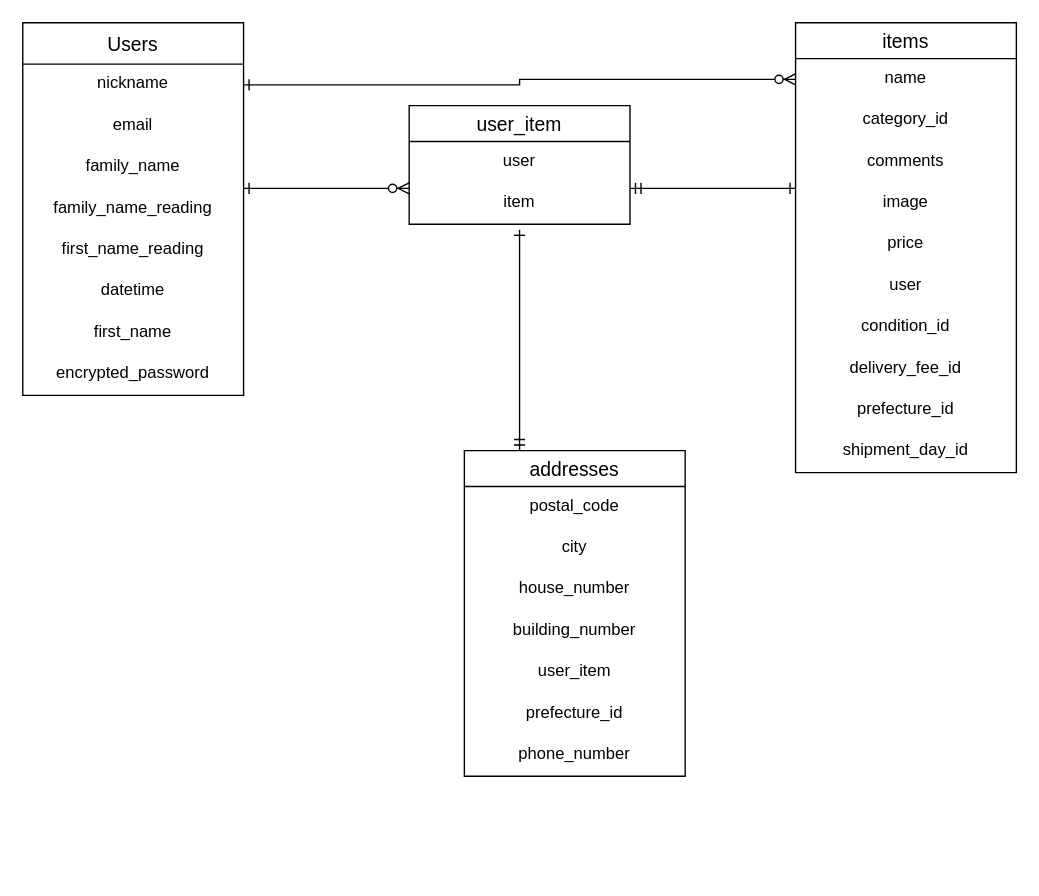
Earlier version of the draw.io diagram furima.dio (xxxkana/furima-36249). Source tidied: cells renumbered, new cells numbered last; positions are measured from the earlier drawing's top-left corner, leaving out a move shared by most shapes. Both pictures are drawn from the tidied source at 138%, with x=0, y=0 at pixel (22, 22).
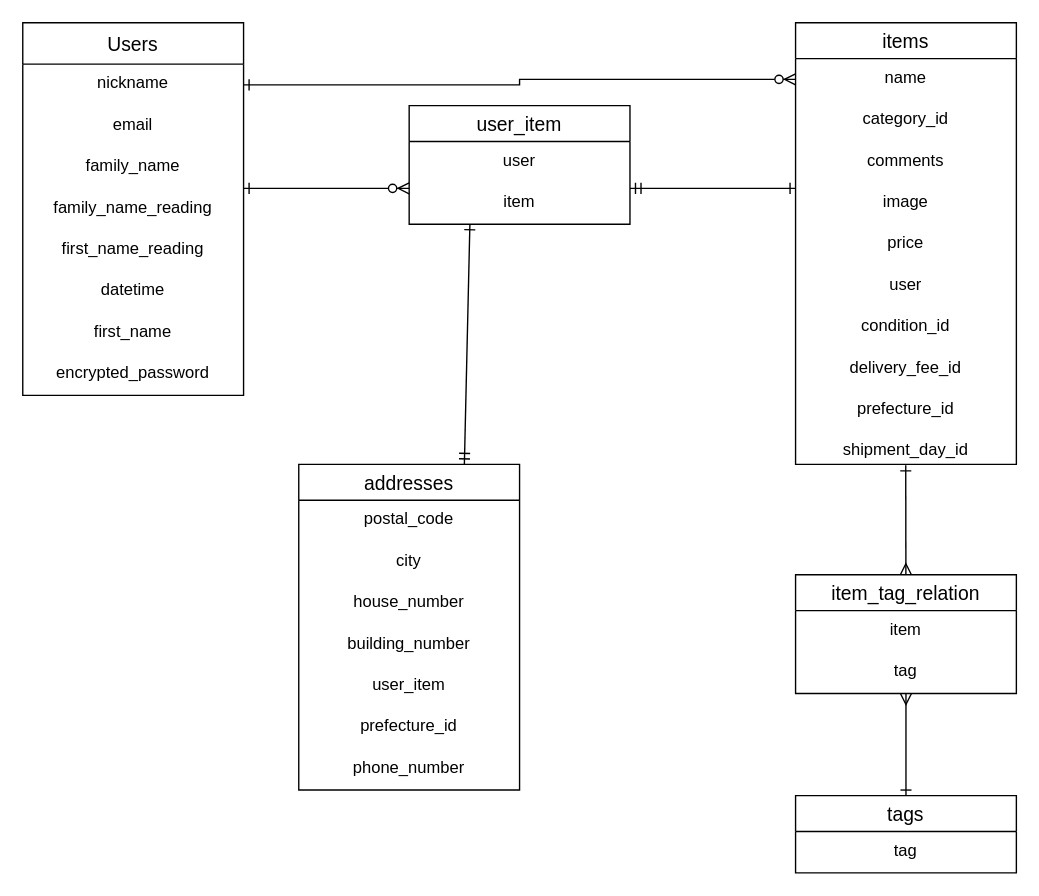
The same page after the edit.

Unchanged cells that the change refers to:
```xml
<mxCell id="32" value="item" style="text;strokeColor=none;fillColor=none;spacingLeft=4;spacingRight=4;overflow=hidden;points=[[0,0.5],[1,0.5]];portConstraint=eastwest;fontSize=12;align=center;" parent="30" vertex="1">
  <mxGeometry y="56" width="160" height="30" as="geometry" />
</mxCell>
```

Diff of the diagram source:
```diff
@@
     <mxCell id="11" value="items" style="swimlane;fontStyle=0;horizontal=1;startSize=26;align=center;fontSize=14;" parent="1" vertex="1">
-      <mxGeometry x="560" width="160" height="326" as="geometry" />
+      <mxGeometry x="560" width="160" height="320" as="geometry" />
     </mxCell>
@@
     <mxCell id="21" value="shipment_day_id" style="text;strokeColor=none;fillColor=none;spacingLeft=4;spacingRight=4;overflow=hidden;points=[[0,0.5],[1,0.5]];portConstraint=eastwest;fontSize=12;align=center;" parent="11" vertex="1">
-      <mxGeometry y="296" width="160" height="30" as="geometry" />
+      <mxGeometry y="296" width="160" height="24" as="geometry" />
     </mxCell>
     <mxCell id="22" value="addresses" style="swimlane;fontStyle=0;horizontal=1;startSize=26;align=center;fontSize=14;" parent="1" vertex="1">
-      <mxGeometry x="320" y="310" width="160" height="236" as="geometry" />
+      <mxGeometry x="200" y="320" width="160" height="236" as="geometry" />
     </mxCell>
@@
-    <mxCell id="36" style="endArrow=ERmandOne;html=1;rounded=0;align=center;entryX=0.25;entryY=0;entryDx=0;entryDy=0;startArrow=ERone;startFill=0;endFill=0;" parent="1" edge="1" target="22">
-      <mxGeometry relative="1" as="geometry">
-        <mxPoint x="360" y="150" as="sourcePoint" />
-      </mxGeometry>
+    <mxCell id="36" style="endArrow=ERmandOne;html=1;rounded=0;align=center;startArrow=ERone;startFill=0;endFill=0;exitX=0.275;exitY=1;exitDx=0;exitDy=0;exitPerimeter=0;entryX=0.75;entryY=0;entryDx=0;entryDy=0;" parent="1" edge="1" source="32" target="22">
+      <mxGeometry relative="1" as="geometry" />
     </mxCell>
+    <mxCell id="37" style="edgeStyle=none;rounded=0;jettySize=auto;html=1;entryX=0.499;entryY=1.03;entryDx=0;entryDy=0;entryPerimeter=0;startArrow=ERmany;startFill=0;endArrow=ERone;endFill=0;" parent="1" edge="1" source="38" target="21">
+      <mxGeometry relative="1" as="geometry" />
+    </mxCell>
+    <mxCell id="38" value="item_tag_relation" style="swimlane;fontStyle=0;horizontal=1;startSize=26;align=center;fontSize=14;" parent="1" vertex="1">
+      <mxGeometry x="560" y="400" width="160" height="86" as="geometry" />
+    </mxCell>
+    <mxCell id="39" value="item" style="text;strokeColor=none;fillColor=none;spacingLeft=4;spacingRight=4;overflow=hidden;fontSize=12;align=center;" parent="38" vertex="1">
+      <mxGeometry y="26" width="160" height="30" as="geometry" />
+    </mxCell>
+    <mxCell id="40" value="tag" style="text;strokeColor=none;fillColor=none;spacingLeft=4;spacingRight=4;overflow=hidden;points=[[0,0.5],[1,0.5]];portConstraint=eastwest;fontSize=12;align=center;" parent="38" vertex="1">
+      <mxGeometry y="56" width="160" height="30" as="geometry" />
+    </mxCell>
+    <mxCell id="41" style="edgeStyle=none;rounded=0;jettySize=auto;html=1;startArrow=ERone;startFill=0;endArrow=ERmany;endFill=0;" parent="1" edge="1" source="42" target="40">
+      <mxGeometry relative="1" as="geometry">
+        <Array as="points">
+          <mxPoint x="640" y="490" />
+        </Array>
+      </mxGeometry>
+    </mxCell>
+    <mxCell id="42" value="tags" style="swimlane;fontStyle=0;horizontal=1;startSize=26;align=center;fontSize=14;" parent="1" vertex="1">
+      <mxGeometry x="560" y="560" width="160" height="56" as="geometry" />
+    </mxCell>
+    <mxCell id="43" value="tag" style="text;strokeColor=none;fillColor=none;spacingLeft=4;spacingRight=4;overflow=hidden;fontSize=12;align=center;" parent="42" vertex="1">
+      <mxGeometry y="26" width="160" height="30" as="geometry" />
+    </mxCell>
```
